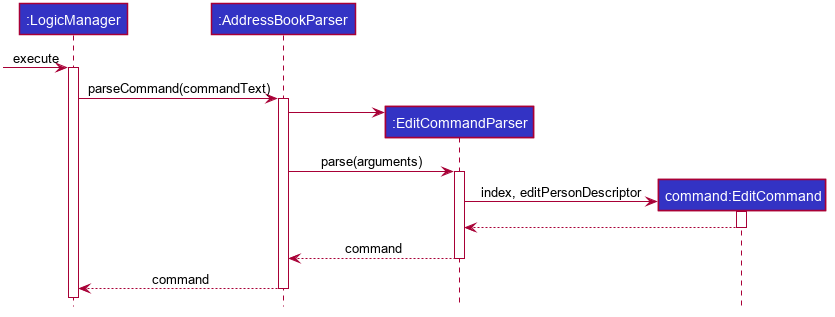
Before: docs/images/tracing/LogicSequenceDiagram.png, a diagram exported from PlantUML (nus-cs2103-AY2223S1/tp). The source it was exported from:
```plantuml
@startuml








skinparam BackgroundColor #FFFFFFF

skinparam Shadowing false

skinparam Class {
    FontColor #FFFFFF
    BorderThickness 1
    BorderColor #FFFFFF
    StereotypeFontColor #FFFFFF
    FontName Arial
}

skinparam Actor {
    BorderColor #000000
    Color #000000
    FontName Arial
}

skinparam Sequence {
    MessageAlign center
    BoxFontSize 15
    BoxPadding 0
    BoxFontColor #FFFFFF
    FontName Arial
}

skinparam Participant {
    FontColor #FFFFFFF
    Padding 20
}

skinparam MinClassWidth 50
skinparam ParticipantPadding 10
skinparam Shadowing false
skinparam DefaultTextAlignment center
skinparam packageStyle Rectangle

hide footbox
hide members
hide circle

Participant ":LogicManager" as logic #3333C4
Participant ":AddressBookParser" as abp #3333C4
Participant ":EditCommandParser" as ecp #3333C4
Participant "command:EditCommand" as ec #3333C4

[-> logic : execute
activate logic
logic -> abp ++: parseCommand(commandText)
create ecp
abp -> ecp
abp -> ecp ++: parse(arguments)
create ec
ecp -> ec ++: index, editPersonDescriptor
ec --> ecp --
ecp --> abp --: command
abp --> logic --: command

@enduml
```
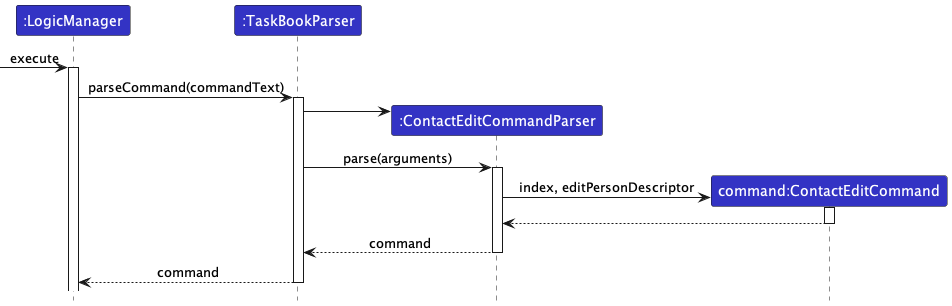
Above is the later version.

Diff of the diagram source:
```diff
@@ -1,57 +1,10 @@
 @startuml
+!include ../style.puml
 
-
-
-
-
-
-
-
-skinparam BackgroundColor #FFFFFFF
-
-skinparam Shadowing false
-
-skinparam Class {
-    FontColor #FFFFFF
-    BorderThickness 1
-    BorderColor #FFFFFF
-    StereotypeFontColor #FFFFFF
-    FontName Arial
-}
-
-skinparam Actor {
-    BorderColor #000000
-    Color #000000
-    FontName Arial
-}
-
-skinparam Sequence {
-    MessageAlign center
-    BoxFontSize 15
-    BoxPadding 0
-    BoxFontColor #FFFFFF
-    FontName Arial
-}
-
-skinparam Participant {
-    FontColor #FFFFFFF
-    Padding 20
-}
-
-skinparam MinClassWidth 50
-skinparam ParticipantPadding 10
-skinparam Shadowing false
-skinparam DefaultTextAlignment center
-skinparam packageStyle Rectangle
-
-hide footbox
-hide members
-hide circle
-
-Participant ":LogicManager" as logic #3333C4
-Participant ":AddressBookParser" as abp #3333C4
-Participant ":EditCommandParser" as ecp #3333C4
-Participant "command:EditCommand" as ec #3333C4
+Participant ":LogicManager" as logic LOGIC_COLOR
+Participant ":TaskBookParser" as abp LOGIC_COLOR
+Participant ":ContactEditCommandParser" as ecp LOGIC_COLOR
+Participant "command:ContactEditCommand" as ec LOGIC_COLOR
 
 [-> logic : execute
 activate logic
```
